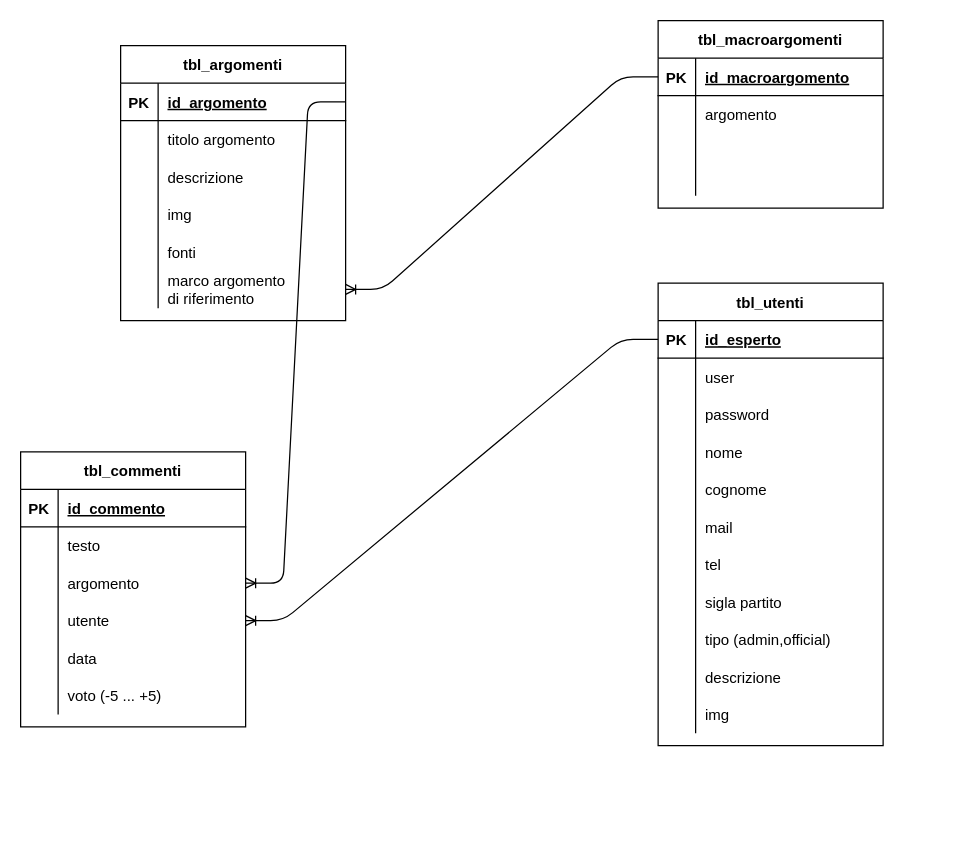
The draw.io diagram DiscussioniArgomenti.drawio in andreabesso/Diagrams, before the edit. Source tidied: cells renumbered, new cells numbered last; positions are measured from the earlier drawing's top-left corner, leaving out a move shared by most shapes. Both pictures are drawn from the tidied source at 125%, with x=0, y=0 at pixel (20, 20).
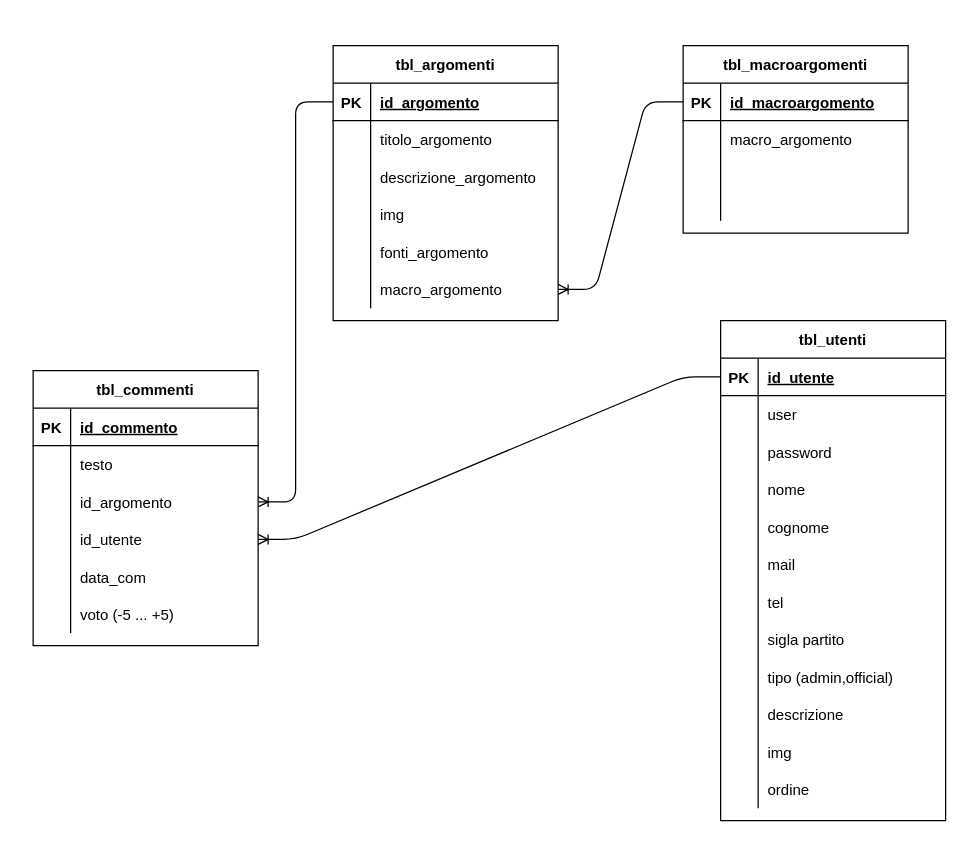
The same page after the edit.

The change refers to these unchanged cells:
```xml
<mxCell id="3" style="shape=partialRectangle;fillColor=none;top=0;left=0;bottom=1;right=0;points=[[0,0.5],[1,0.5]];portConstraint=eastwest;" parent="2" vertex="1">
  <mxGeometry y="30" width="180" height="30" as="geometry" />
</mxCell>
<mxCell id="6" style="shape=partialRectangle;fillColor=none;top=0;left=0;bottom=0;right=0;" parent="2" vertex="1">
  <mxGeometry y="60" width="180" height="30" as="geometry" />
</mxCell>
<mxCell id="9" style="shape=partialRectangle;fillColor=none;top=0;left=0;bottom=0;right=0;" parent="2" vertex="1">
  <mxGeometry y="90" width="180" height="30" as="geometry" />
</mxCell>
<mxCell id="15" style="shape=partialRectangle;fillColor=none;top=0;left=0;bottom=0;right=0;" parent="2" vertex="1">
  <mxGeometry y="150" width="180" height="30" as="geometry" />
</mxCell>
<mxCell id="18" style="shape=partialRectangle;fillColor=none;top=0;left=0;bottom=0;right=0;points=[[0,0.5],[1,0.5]];portConstraint=eastwest;" parent="2" vertex="1">
  <mxGeometry y="180" width="180" height="30" as="geometry" />
</mxCell>
<mxCell id="22" style="shape=partialRectangle;fillColor=none;top=0;left=0;bottom=1;right=0;points=[[0,0.5],[1,0.5]];portConstraint=eastwest;" parent="21" vertex="1">
  <mxGeometry y="30" width="180" height="30" as="geometry" />
</mxCell>
<mxCell id="59" style="shape=partialRectangle;fillColor=none;top=0;left=0;bottom=0;right=0;" parent="55" vertex="1">
  <mxGeometry y="60" width="180" height="30" as="geometry" />
</mxCell>
<mxCell id="75" style="shape=partialRectangle;fillColor=none;top=0;left=0;bottom=0;right=0;points=[[0,0.5],[1,0.5]];portConstraint=eastwest;" parent="68" vertex="1">
  <mxGeometry y="90" width="180" height="30" as="geometry" />
</mxCell>
<mxCell id="78" style="shape=partialRectangle;fillColor=none;top=0;left=0;bottom=0;right=0;points=[[0,0.5],[1,0.5]];portConstraint=eastwest;" parent="68" vertex="1">
  <mxGeometry y="120" width="180" height="30" as="geometry" />
</mxCell>
<mxCell id="81" style="shape=partialRectangle;fillColor=none;top=0;left=0;bottom=0;right=0;" parent="68" vertex="1">
  <mxGeometry y="150" width="180" height="30" as="geometry" />
</mxCell>
```

Diff of the diagram source:
```diff
@@
     <mxCell id="2" value="tbl_argomenti" style="shape=table;startSize=30;childLayout=tableLayout;rowLines=0;fontStyle=1;align=center;" parent="1" vertex="1">
-      <mxGeometry x="80" y="20" width="180" height="220" as="geometry" />
+      <mxGeometry x="250" y="20" width="180" height="220" as="geometry" />
     </mxCell>
@@
-    <mxCell id="8" value="titolo argomento" style="shape=partialRectangle;fillColor=none;top=0;left=0;bottom=0;right=0;align=left;spacingLeft=6;overflow=hidden;" parent="6" vertex="1">
+    <mxCell id="8" value="titolo_argomento" style="shape=partialRectangle;fillColor=none;top=0;left=0;bottom=0;right=0;align=left;spacingLeft=6;overflow=hidden;" parent="6" vertex="1">
       <mxGeometry x="30" width="150" height="30" as="geometry" />
     </mxCell>
@@
-    <mxCell id="11" value="descrizione" style="shape=partialRectangle;fillColor=none;top=0;left=0;bottom=0;right=0;align=left;spacingLeft=6;overflow=hidden;" parent="9" vertex="1">
+    <mxCell id="11" value="descrizione_argomento" style="shape=partialRectangle;fillColor=none;top=0;left=0;bottom=0;right=0;align=left;spacingLeft=6;overflow=hidden;" parent="9" vertex="1">
       <mxGeometry x="30" width="150" height="30" as="geometry" />
     </mxCell>
@@
-    <mxCell id="17" value="fonti" style="shape=partialRectangle;fillColor=none;top=0;left=0;bottom=0;right=0;align=left;spacingLeft=6;overflow=hidden;" parent="15" vertex="1">
+    <mxCell id="17" value="fonti_argomento" style="shape=partialRectangle;fillColor=none;top=0;left=0;bottom=0;right=0;align=left;spacingLeft=6;overflow=hidden;" parent="15" vertex="1">
       <mxGeometry x="30" width="150" height="30" as="geometry" />
     </mxCell>
@@
-    <mxCell id="20" value="marco argomento &#10;di riferimento" style="shape=partialRectangle;fillColor=none;top=0;left=0;bottom=0;right=0;align=left;spacingLeft=6;overflow=hidden;" parent="18" vertex="1">
+    <mxCell id="20" value="macro_argomento" style="shape=partialRectangle;fillColor=none;top=0;left=0;bottom=0;right=0;align=left;spacingLeft=6;overflow=hidden;" parent="18" vertex="1">
       <mxGeometry x="30" width="150" height="30" as="geometry" />
     </mxCell>
     <mxCell id="21" value="tbl_utenti" style="shape=table;startSize=30;childLayout=tableLayout;rowLines=0;fontStyle=1;align=center;" parent="1" vertex="1">
-      <mxGeometry x="510" y="210" width="180" height="370" as="geometry" />
+      <mxGeometry x="560" y="240" width="180" height="400" as="geometry" />
     </mxCell>
@@
-    <mxCell id="24" value="id_esperto" style="shape=partialRectangle;fillColor=none;top=0;left=0;bottom=0;right=0;align=left;spacingLeft=6;fontStyle=5;overflow=hidden;" parent="22" vertex="1">
+    <mxCell id="24" value="id_utente" style="shape=partialRectangle;fillColor=none;top=0;left=0;bottom=0;right=0;align=left;spacingLeft=6;fontStyle=5;overflow=hidden;" parent="22" vertex="1">
       <mxGeometry x="30" width="150" height="30" as="geometry" />
     </mxCell>
@@
+    <mxCell id="90" style="shape=partialRectangle;fillColor=none;top=0;left=0;bottom=0;right=0;" parent="21" vertex="1">
+      <mxGeometry y="360" width="180" height="30" as="geometry" />
+    </mxCell>
+    <mxCell id="91" style="shape=partialRectangle;fillColor=none;top=0;left=0;bottom=0;right=0;overflow=hidden;" parent="90" vertex="1">
+      <mxGeometry width="30" height="30" as="geometry" />
+    </mxCell>
+    <mxCell id="92" value="ordine" style="shape=partialRectangle;fillColor=none;top=0;left=0;bottom=0;right=0;align=left;spacingLeft=6;overflow=hidden;" parent="90" vertex="1">
+      <mxGeometry x="30" width="150" height="30" as="geometry" />
+    </mxCell>
     <mxCell id="55" value="tbl_macroargomenti" style="shape=table;startSize=30;childLayout=tableLayout;rowLines=0;fontStyle=1;align=center;" parent="1" vertex="1">
-      <mxGeometry x="510" width="180" height="150" as="geometry" />
+      <mxGeometry x="530" y="20" width="180" height="150" as="geometry" />
     </mxCell>
@@
-    <mxCell id="61" value="argomento" style="shape=partialRectangle;fillColor=none;top=0;left=0;bottom=0;right=0;align=left;spacingLeft=6;overflow=hidden;" parent="59" vertex="1">
+    <mxCell id="61" value="macro_argomento" style="shape=partialRectangle;fillColor=none;top=0;left=0;bottom=0;right=0;align=left;spacingLeft=6;overflow=hidden;" parent="59" vertex="1">
       <mxGeometry x="30" width="150" height="30" as="geometry" />
     </mxCell>
@@
     <mxCell id="68" value="tbl_commenti" style="shape=table;startSize=30;childLayout=tableLayout;rowLines=0;fontStyle=1;align=center;" parent="1" vertex="1">
-      <mxGeometry y="345" width="180" height="220" as="geometry" />
+      <mxGeometry x="10" y="280" width="180" height="220" as="geometry" />
     </mxCell>
@@
-    <mxCell id="77" value="argomento" style="shape=partialRectangle;fillColor=none;top=0;left=0;bottom=0;right=0;align=left;spacingLeft=6;overflow=hidden;" parent="75" vertex="1">
+    <mxCell id="77" value="id_argomento" style="shape=partialRectangle;fillColor=none;top=0;left=0;bottom=0;right=0;align=left;spacingLeft=6;overflow=hidden;" parent="75" vertex="1">
       <mxGeometry x="30" width="150" height="30" as="geometry" />
     </mxCell>
@@
-    <mxCell id="80" value="utente" style="shape=partialRectangle;fillColor=none;top=0;left=0;bottom=0;right=0;align=left;spacingLeft=6;overflow=hidden;" parent="78" vertex="1">
+    <mxCell id="80" value="id_utente" style="shape=partialRectangle;fillColor=none;top=0;left=0;bottom=0;right=0;align=left;spacingLeft=6;overflow=hidden;" parent="78" vertex="1">
       <mxGeometry x="30" width="150" height="30" as="geometry" />
     </mxCell>
@@
-    <mxCell id="83" value="data" style="shape=partialRectangle;fillColor=none;top=0;left=0;bottom=0;right=0;align=left;spacingLeft=6;overflow=hidden;" parent="81" vertex="1">
+    <mxCell id="83" value="data_com" style="shape=partialRectangle;fillColor=none;top=0;left=0;bottom=0;right=0;align=left;spacingLeft=6;overflow=hidden;" parent="81" vertex="1">
       <mxGeometry x="30" width="150" height="30" as="geometry" />
     </mxCell>
@@
-    <mxCell id="89" style="edgeStyle=entityRelationEdgeStyle;fontSize=12;html=1;endArrow=ERoneToMany;exitX=1;exitY=0.5;exitDx=0;exitDy=0;entryX=1;entryY=0.5;entryDx=0;entryDy=0;" parent="1" edge="1" source="3" target="75">
+    <mxCell id="89" style="edgeStyle=entityRelationEdgeStyle;fontSize=12;html=1;endArrow=ERoneToMany;exitX=0;exitY=0.5;exitDx=0;exitDy=0;entryX=1;entryY=0.5;entryDx=0;entryDy=0;" parent="1" edge="1" source="3" target="75">
       <mxGeometry relative="1" as="geometry" />
     </mxCell>
```
